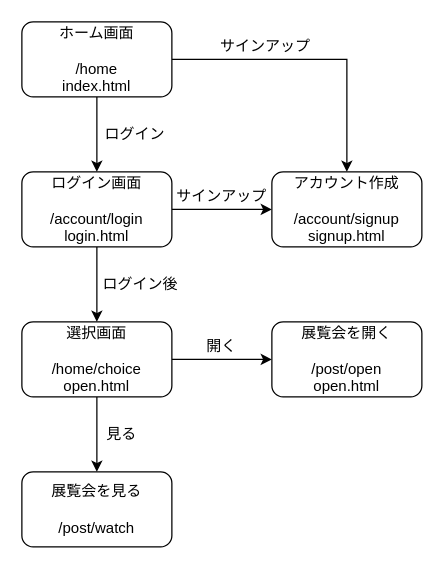
The draw.io diagram Untitled Diagram.drawio in 012xx/online_museum, before the edit. Source tidied: cells renumbered, new cells numbered last; positions are measured from the earlier drawing's top-left corner, leaving out a move shared by most shapes. Both pictures are drawn from the tidied source at 125%, with x=0, y=0 at pixel (21, 21).
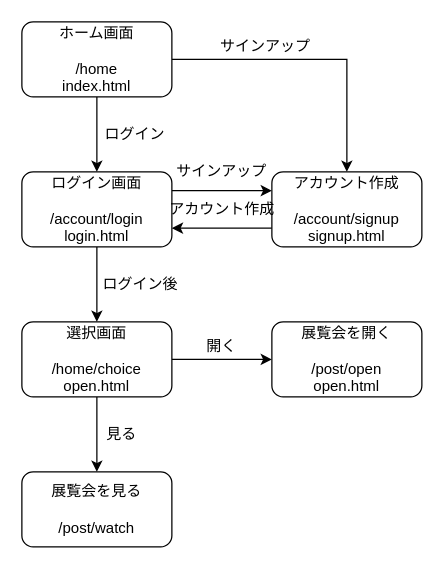
After the change.

The change refers to these unchanged cells:
```xml
<mxCell id="7" value="ログイン画面&lt;br&gt;&lt;br&gt;/account/login&lt;br&gt;login.html" style="rounded=1;whiteSpace=wrap;html=1;" parent="1" vertex="1">
  <mxGeometry y="120" width="120" height="60" as="geometry" />
</mxCell>
<mxCell id="9" value="アカウント作成&lt;br&gt;&lt;br&gt;/account/signup&lt;br&gt;signup.html" style="rounded=1;whiteSpace=wrap;html=1;" parent="1" vertex="1">
  <mxGeometry x="200" y="120" width="120" height="60" as="geometry" />
</mxCell>
<mxCell id="14" value="選択画面&lt;br&gt;&lt;br&gt;/home/choice&lt;br&gt;open.html" style="rounded=1;whiteSpace=wrap;html=1;" parent="1" vertex="1">
  <mxGeometry y="240" width="120" height="60" as="geometry" />
</mxCell>
```

Diff of the diagram source:
```diff
@@
+    <mxCell id="6" style="edgeStyle=orthogonalEdgeStyle;rounded=0;jettySize=auto;html=1;entryX=0.5;entryY=0;entryDx=0;entryDy=0;" parent="1" edge="1" source="7" target="14">
+      <mxGeometry relative="1" as="geometry" />
+    </mxCell>
-    <mxCell id="5" style="edgeStyle=orthogonalEdgeStyle;rounded=0;jettySize=auto;html=1;entryX=0;entryY=0.5;entryDx=0;entryDy=0;" parent="1" edge="1" source="7" target="9">
+    <mxCell id="5" style="edgeStyle=orthogonalEdgeStyle;rounded=0;jettySize=auto;html=1;exitX=1;exitY=0.25;exitDx=0;exitDy=0;entryX=0;entryY=0.25;entryDx=0;entryDy=0;startArrow=none;startFill=0;" parent="1" edge="1" source="7" target="9">
       <mxGeometry relative="1" as="geometry" />
     </mxCell>
-    <mxCell id="6" style="edgeStyle=orthogonalEdgeStyle;rounded=0;jettySize=auto;html=1;entryX=0.5;entryY=0;entryDx=0;entryDy=0;" parent="1" edge="1" source="7" target="14">
-      <mxGeometry relative="1" as="geometry" />
-    </mxCell>
@@
+    <mxCell id="20" style="edgeStyle=orthogonalEdgeStyle;rounded=0;jettySize=auto;html=1;exitX=0;exitY=0.75;exitDx=0;exitDy=0;entryX=1;entryY=0.75;entryDx=0;entryDy=0;startArrow=none;startFill=0;" parent="1" edge="1" source="9" target="7">
+      <mxGeometry relative="1" as="geometry" />
+    </mxCell>
@@
     <mxCell id="11" value="サインアップ" style="text;html=1;strokeColor=none;fillColor=none;align=center;verticalAlign=middle;whiteSpace=wrap;rounded=0;" parent="1" vertex="1">
-      <mxGeometry x="120" y="130" width="80" height="20" as="geometry" />
+      <mxGeometry x="120" y="110" width="80" height="20" as="geometry" />
     </mxCell>
@@
+    <mxCell id="21" value="アカウント作成" style="text;html=1;strokeColor=none;fillColor=none;align=center;verticalAlign=middle;whiteSpace=wrap;rounded=0;" parent="1" vertex="1">
+      <mxGeometry x="113.5" y="140" width="93" height="20" as="geometry" />
+    </mxCell>
```
